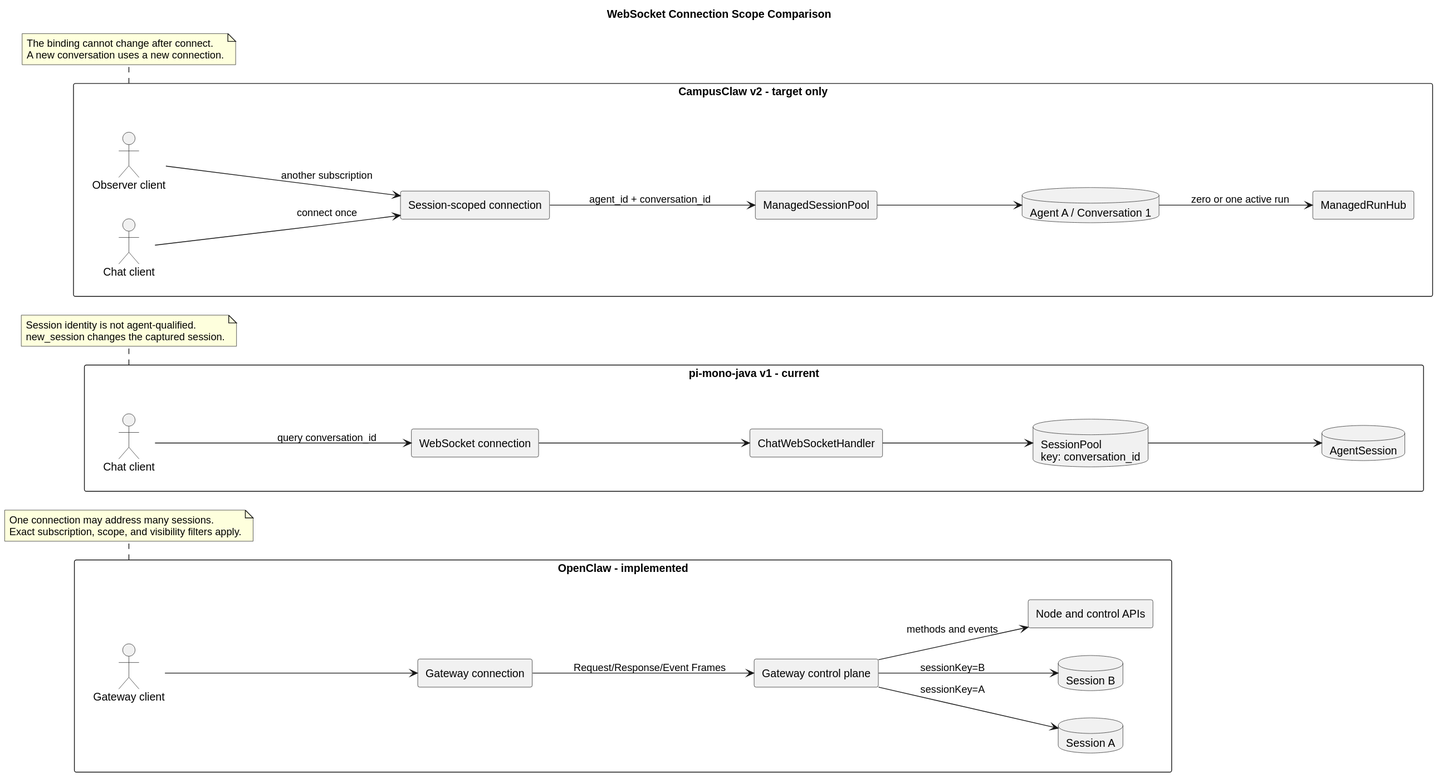
The PlantUML diagram openclaw-campusclaw-websocket-comparison/websocket_connection_scope_comparison.svg in superheromeZzh/pi-mono-java-design, before a commit.
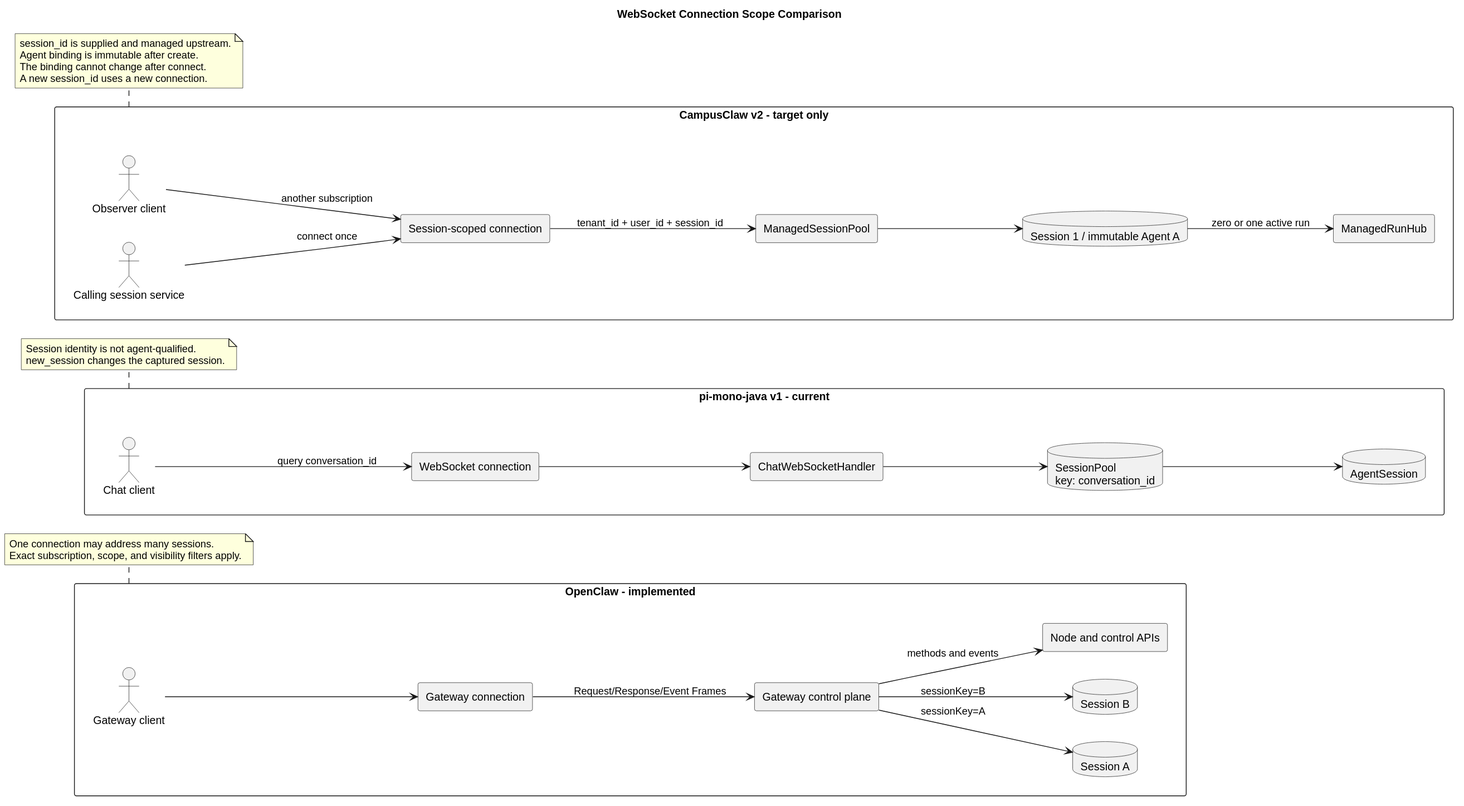
Later version of the same file.

The edit, as a diff of the source:
```diff
@@ -38,16 +38,16 @@
 }
 
 package "CampusClaw v2 - target only" as campus_v2 {
-  actor "Chat client" as cc_client
+  actor "Calling session service" as cc_client
   component "Session-scoped connection" as cc_conn
   component "ManagedSessionPool" as cc_pool
   component "ManagedRunHub" as cc_hub
-  database "Agent A / Conversation 1" as cc_session
+  database "Session 1 / immutable Agent A" as cc_session
   actor "Observer client" as cc_observer
 
   cc_client --> cc_conn : connect once
   cc_observer --> cc_conn : another subscription
-  cc_conn --> cc_pool : agent_id + conversation_id
+  cc_conn --> cc_pool : tenant_id + user_id + session_id
   cc_pool --> cc_session
   cc_session --> cc_hub : zero or one active run
 }
@@ -63,7 +63,9 @@
 end note
 
 note bottom of campus_v2
+  session_id is supplied and managed upstream.
+  Agent binding is immutable after create.
   The binding cannot change after connect.
-  A new conversation uses a new connection.
+  A new session_id uses a new connection.
 end note
 @enduml
```
